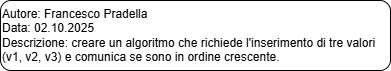
Before: AS_2025_2026/3IB/UD 1 - FlowChart/e04.drawio.png, a diagram exported from draw.io (CescoP81/GalileiOstiglia). Source tidied: cells renumbered, new cells last; positions are measured from the earlier drawing's top-left corner, leaving out a move shared by most shapes.
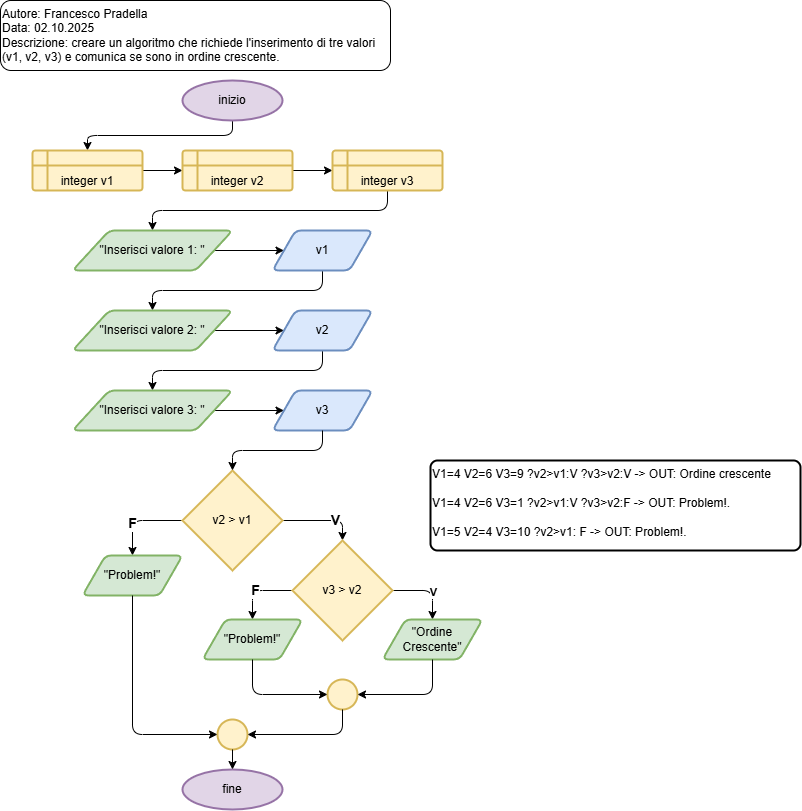
After the commit.

Change to the diagram source:
```diff
@@ -5,5 +5,131 @@
     <mxCell id="2" value="&lt;div&gt;&lt;font color=&quot;#000000&quot;&gt;Autore: Francesco Pradella&lt;/font&gt;&lt;/div&gt;&lt;div&gt;&lt;font color=&quot;#000000&quot;&gt;Data: 02.10.2025&lt;/font&gt;&lt;/div&gt;&lt;div&gt;&lt;font color=&quot;#000000&quot;&gt;Descrizione:&amp;nbsp;&lt;/font&gt;&lt;span style=&quot;background-color: transparent;&quot;&gt;creare un algoritmo che richiede l'inserimento di tre valori (v1, v2, v3) e comunica se sono in ordine crescente.&lt;/span&gt;&lt;/div&gt;" style="rounded=1;whiteSpace=wrap;html=1;align=left;verticalAlign=top;" parent="1" vertex="1">
       <mxGeometry width="390" height="70" as="geometry" />
     </mxCell>
+    <mxCell id="3" style="edgeStyle=orthogonalEdgeStyle;html=1;exitX=0.5;exitY=1;exitDx=0;exitDy=0;exitPerimeter=0;entryX=0.5;entryY=0;entryDx=0;entryDy=0;" parent="1" edge="1" source="4" target="6">
+      <mxGeometry relative="1" as="geometry" />
+    </mxCell>
+    <mxCell id="4" value="inizio" style="strokeWidth=2;html=1;shape=mxgraph.flowchart.start_1;whiteSpace=wrap;fillColor=#e1d5e7;strokeColor=#9673a6;" parent="1" vertex="1">
+      <mxGeometry x="182" y="80" width="100" height="40" as="geometry" />
+    </mxCell>
+    <mxCell id="5" style="edgeStyle=none;html=1;exitX=1;exitY=0.5;exitDx=0;exitDy=0;entryX=0;entryY=0.5;entryDx=0;entryDy=0;" parent="1" edge="1" source="6" target="8">
+      <mxGeometry relative="1" as="geometry" />
+    </mxCell>
+    <mxCell id="6" value="integer v1" style="shape=internalStorage;whiteSpace=wrap;html=1;dx=15;dy=15;rounded=1;arcSize=8;strokeWidth=2;fillColor=#fff2cc;strokeColor=#d6b656;verticalAlign=bottom;" parent="1" vertex="1">
+      <mxGeometry x="32" y="150" width="110" height="40" as="geometry" />
+    </mxCell>
+    <mxCell id="7" style="edgeStyle=none;html=1;exitX=1;exitY=0.5;exitDx=0;exitDy=0;entryX=0;entryY=0.5;entryDx=0;entryDy=0;" parent="1" edge="1" source="8" target="10">
+      <mxGeometry relative="1" as="geometry" />
+    </mxCell>
+    <mxCell id="8" value="integer v2" style="shape=internalStorage;whiteSpace=wrap;html=1;dx=15;dy=15;rounded=1;arcSize=8;strokeWidth=2;fillColor=#fff2cc;strokeColor=#d6b656;verticalAlign=bottom;" parent="1" vertex="1">
+      <mxGeometry x="182" y="150" width="110" height="40" as="geometry" />
+    </mxCell>
+    <mxCell id="9" style="edgeStyle=orthogonalEdgeStyle;html=1;exitX=0.5;exitY=1;exitDx=0;exitDy=0;entryX=0.5;entryY=0;entryDx=0;entryDy=0;" parent="1" edge="1" source="10" target="12">
+      <mxGeometry relative="1" as="geometry" />
+    </mxCell>
+    <mxCell id="10" value="integer v3" style="shape=internalStorage;whiteSpace=wrap;html=1;dx=15;dy=15;rounded=1;arcSize=8;strokeWidth=2;fillColor=#fff2cc;strokeColor=#d6b656;verticalAlign=bottom;" parent="1" vertex="1">
+      <mxGeometry x="332" y="150" width="110" height="40" as="geometry" />
+    </mxCell>
+    <mxCell id="11" style="edgeStyle=none;html=1;exitX=1;exitY=0.5;exitDx=0;exitDy=0;entryX=0;entryY=0.5;entryDx=0;entryDy=0;" parent="1" edge="1" source="12" target="14">
+      <mxGeometry relative="1" as="geometry" />
+    </mxCell>
+    <mxCell id="12" value="&quot;Inserisci valore 1: &quot;" style="shape=parallelogram;html=1;strokeWidth=2;perimeter=parallelogramPerimeter;whiteSpace=wrap;rounded=1;arcSize=12;size=0.23;fillColor=#d5e8d4;strokeColor=#82b366;" parent="1" vertex="1">
+      <mxGeometry x="72" y="230" width="160" height="40" as="geometry" />
+    </mxCell>
+    <mxCell id="13" style="edgeStyle=orthogonalEdgeStyle;html=1;exitX=0.5;exitY=1;exitDx=0;exitDy=0;entryX=0.5;entryY=0;entryDx=0;entryDy=0;" parent="1" edge="1" source="14" target="16">
+      <mxGeometry relative="1" as="geometry" />
+    </mxCell>
+    <mxCell id="14" value="v1" style="shape=parallelogram;html=1;strokeWidth=2;perimeter=parallelogramPerimeter;whiteSpace=wrap;rounded=1;arcSize=12;size=0.23;fillColor=#dae8fc;strokeColor=#6c8ebf;" parent="1" vertex="1">
+      <mxGeometry x="272" y="230" width="100" height="40" as="geometry" />
+    </mxCell>
+    <mxCell id="15" style="edgeStyle=none;html=1;exitX=1;exitY=0.5;exitDx=0;exitDy=0;entryX=0;entryY=0.5;entryDx=0;entryDy=0;" parent="1" edge="1" source="16" target="18">
+      <mxGeometry relative="1" as="geometry" />
+    </mxCell>
+    <mxCell id="16" value="&quot;Inserisci valore 2: &quot;" style="shape=parallelogram;html=1;strokeWidth=2;perimeter=parallelogramPerimeter;whiteSpace=wrap;rounded=1;arcSize=12;size=0.23;fillColor=#d5e8d4;strokeColor=#82b366;" parent="1" vertex="1">
+      <mxGeometry x="72" y="310" width="160" height="40" as="geometry" />
+    </mxCell>
+    <mxCell id="17" style="edgeStyle=orthogonalEdgeStyle;html=1;exitX=0.5;exitY=1;exitDx=0;exitDy=0;entryX=0.5;entryY=0;entryDx=0;entryDy=0;" parent="1" edge="1" source="18" target="20">
+      <mxGeometry relative="1" as="geometry" />
+    </mxCell>
+    <mxCell id="18" value="v2" style="shape=parallelogram;html=1;strokeWidth=2;perimeter=parallelogramPerimeter;whiteSpace=wrap;rounded=1;arcSize=12;size=0.23;fillColor=#dae8fc;strokeColor=#6c8ebf;" parent="1" vertex="1">
+      <mxGeometry x="272" y="310" width="100" height="40" as="geometry" />
+    </mxCell>
+    <mxCell id="19" style="edgeStyle=none;html=1;exitX=1;exitY=0.5;exitDx=0;exitDy=0;entryX=0;entryY=0.5;entryDx=0;entryDy=0;" parent="1" edge="1" source="20" target="21">
+      <mxGeometry relative="1" as="geometry" />
+    </mxCell>
+    <mxCell id="20" value="&quot;Inserisci valore 3: &quot;" style="shape=parallelogram;html=1;strokeWidth=2;perimeter=parallelogramPerimeter;whiteSpace=wrap;rounded=1;arcSize=12;size=0.23;fillColor=#d5e8d4;strokeColor=#82b366;" parent="1" vertex="1">
+      <mxGeometry x="72" y="390" width="160" height="40" as="geometry" />
+    </mxCell>
+    <mxCell id="21" value="v3" style="shape=parallelogram;html=1;strokeWidth=2;perimeter=parallelogramPerimeter;whiteSpace=wrap;rounded=1;arcSize=12;size=0.23;fillColor=#dae8fc;strokeColor=#6c8ebf;" parent="1" vertex="1">
+      <mxGeometry x="272" y="390" width="100" height="40" as="geometry" />
+    </mxCell>
+    <mxCell id="22" style="edgeStyle=orthogonalEdgeStyle;html=1;entryX=0.5;entryY=0;entryDx=0;entryDy=0;entryPerimeter=0;exitX=1;exitY=0.5;exitDx=0;exitDy=0;exitPerimeter=0;" parent="1" edge="1" source="26" target="31">
+      <mxGeometry relative="1" as="geometry" />
+    </mxCell>
+    <mxCell id="23" value="&lt;b&gt;&lt;font style=&quot;font-size: 14px;&quot;&gt;V&lt;/font&gt;&lt;/b&gt;" style="edgeLabel;html=1;align=center;verticalAlign=middle;" parent="22" vertex="1">
+      <mxGeometry x="0.3" y="1" relative="1" as="geometry" />
+    </mxCell>
+    <mxCell id="24" style="edgeStyle=orthogonalEdgeStyle;html=1;exitX=0;exitY=0.5;exitDx=0;exitDy=0;exitPerimeter=0;entryX=0.5;entryY=0;entryDx=0;entryDy=0;" parent="1" edge="1" source="26" target="37">
+      <mxGeometry relative="1" as="geometry" />
+    </mxCell>
+    <mxCell id="25" value="&lt;b&gt;&lt;font style=&quot;font-size: 14px;&quot;&gt;F&lt;/font&gt;&lt;/b&gt;" style="edgeLabel;html=1;align=center;verticalAlign=middle;" parent="24" vertex="1">
+      <mxGeometry x="0.24" y="-1" relative="1" as="geometry" />
+    </mxCell>
+    <mxCell id="26" value="v2 &amp;gt; v1" style="strokeWidth=2;html=1;shape=mxgraph.flowchart.decision;whiteSpace=wrap;fillColor=#fff2cc;strokeColor=#d6b656;" parent="1" vertex="1">
+      <mxGeometry x="182" y="470" width="100" height="100" as="geometry" />
+    </mxCell>
+    <mxCell id="27" style="edgeStyle=orthogonalEdgeStyle;html=1;exitX=1;exitY=0.5;exitDx=0;exitDy=0;exitPerimeter=0;entryX=0.5;entryY=0;entryDx=0;entryDy=0;" parent="1" edge="1" source="31" target="32">
+      <mxGeometry relative="1" as="geometry" />
+    </mxCell>
+    <mxCell id="28" value="&lt;b&gt;V&lt;/b&gt;" style="edgeLabel;html=1;align=center;verticalAlign=middle;" parent="27" vertex="1">
+      <mxGeometry x="0.2" relative="1" as="geometry" />
+    </mxCell>
+    <mxCell id="29" style="edgeStyle=orthogonalEdgeStyle;html=1;exitX=0;exitY=0.5;exitDx=0;exitDy=0;exitPerimeter=0;entryX=0.5;entryY=0;entryDx=0;entryDy=0;" parent="1" edge="1" source="31" target="33">
+      <mxGeometry relative="1" as="geometry" />
+    </mxCell>
+    <mxCell id="30" value="&lt;b&gt;&lt;font style=&quot;font-size: 14px;&quot;&gt;F&lt;/font&gt;&lt;/b&gt;" style="edgeLabel;html=1;align=center;verticalAlign=middle;" parent="29" vertex="1">
+      <mxGeometry x="0.11" y="-1" relative="1" as="geometry" />
+    </mxCell>
+    <mxCell id="31" value="v3 &amp;gt; v2" style="strokeWidth=2;html=1;shape=mxgraph.flowchart.decision;whiteSpace=wrap;fillColor=#fff2cc;strokeColor=#d6b656;" parent="1" vertex="1">
+      <mxGeometry x="292" y="540" width="100" height="100" as="geometry" />
+    </mxCell>
+    <mxCell id="32" value="&quot;Ordine Crescente&quot;" style="shape=parallelogram;html=1;strokeWidth=2;perimeter=parallelogramPerimeter;whiteSpace=wrap;rounded=1;arcSize=12;size=0.23;fillColor=#d5e8d4;strokeColor=#82b366;" parent="1" vertex="1">
+      <mxGeometry x="382" y="619" width="100" height="40" as="geometry" />
+    </mxCell>
+    <mxCell id="33" value="&quot;Problem!&quot;" style="shape=parallelogram;html=1;strokeWidth=2;perimeter=parallelogramPerimeter;whiteSpace=wrap;rounded=1;arcSize=12;size=0.23;fillColor=#d5e8d4;strokeColor=#82b366;" parent="1" vertex="1">
+      <mxGeometry x="202" y="619" width="100" height="40" as="geometry" />
+    </mxCell>
+    <mxCell id="34" style="strokeWidth=2;html=1;shape=mxgraph.flowchart.start_2;whiteSpace=wrap;fillColor=#fff2cc;strokeColor=#d6b656;" parent="1" vertex="1">
+      <mxGeometry x="327" y="679" width="30" height="30" as="geometry" />
+    </mxCell>
+    <mxCell id="35" style="edgeStyle=orthogonalEdgeStyle;html=1;exitX=0.5;exitY=1;exitDx=0;exitDy=0;entryX=0;entryY=0.5;entryDx=0;entryDy=0;entryPerimeter=0;" parent="1" edge="1" source="33" target="34">
+      <mxGeometry relative="1" as="geometry" />
+    </mxCell>
+    <mxCell id="36" style="edgeStyle=orthogonalEdgeStyle;html=1;exitX=0.5;exitY=1;exitDx=0;exitDy=0;entryX=1;entryY=0.5;entryDx=0;entryDy=0;entryPerimeter=0;" parent="1" edge="1" source="32" target="34">
+      <mxGeometry relative="1" as="geometry" />
+    </mxCell>
+    <mxCell id="37" value="&quot;Problem!&quot;" style="shape=parallelogram;html=1;strokeWidth=2;perimeter=parallelogramPerimeter;whiteSpace=wrap;rounded=1;arcSize=12;size=0.23;fillColor=#d5e8d4;strokeColor=#82b366;" parent="1" vertex="1">
+      <mxGeometry x="82" y="555" width="100" height="40" as="geometry" />
+    </mxCell>
+    <mxCell id="38" style="strokeWidth=2;html=1;shape=mxgraph.flowchart.start_2;whiteSpace=wrap;fillColor=#fff2cc;strokeColor=#d6b656;" parent="1" vertex="1">
+      <mxGeometry x="217" y="719" width="30" height="30" as="geometry" />
+    </mxCell>
+    <mxCell id="39" style="edgeStyle=orthogonalEdgeStyle;html=1;exitX=0.5;exitY=1;exitDx=0;exitDy=0;exitPerimeter=0;entryX=1;entryY=0.5;entryDx=0;entryDy=0;entryPerimeter=0;" parent="1" edge="1" source="34" target="38">
+      <mxGeometry relative="1" as="geometry" />
+    </mxCell>
+    <mxCell id="40" style="edgeStyle=orthogonalEdgeStyle;html=1;exitX=0.5;exitY=1;exitDx=0;exitDy=0;entryX=0;entryY=0.5;entryDx=0;entryDy=0;entryPerimeter=0;" parent="1" edge="1" source="37" target="38">
+      <mxGeometry relative="1" as="geometry" />
+    </mxCell>
+    <mxCell id="41" value="fine" style="strokeWidth=2;html=1;shape=mxgraph.flowchart.start_1;whiteSpace=wrap;fillColor=#e1d5e7;strokeColor=#9673a6;" parent="1" vertex="1">
+      <mxGeometry x="182" y="769" width="100" height="40" as="geometry" />
+    </mxCell>
+    <mxCell id="42" style="edgeStyle=none;html=1;exitX=0.5;exitY=1;exitDx=0;exitDy=0;exitPerimeter=0;entryX=0.5;entryY=0;entryDx=0;entryDy=0;entryPerimeter=0;" parent="1" edge="1" source="38" target="41">
+      <mxGeometry relative="1" as="geometry" />
+    </mxCell>
+    <mxCell id="43" style="edgeStyle=orthogonalEdgeStyle;html=1;exitX=0.5;exitY=1;exitDx=0;exitDy=0;entryX=0.5;entryY=0;entryDx=0;entryDy=0;entryPerimeter=0;" parent="1" edge="1" source="21" target="26">
+      <mxGeometry relative="1" as="geometry" />
+    </mxCell>
+    <mxCell id="44" value="V1=4 V2=6 V3=9 ?v2&amp;gt;v1:V ?v3&amp;gt;v2:V -&amp;gt; OUT: Ordine crescente&lt;div&gt;&lt;br&gt;&lt;/div&gt;&lt;div&gt;V1=4 V2=6 V3=1 ?v2&amp;gt;v1:V ?v3&amp;gt;v2:F -&amp;gt; OUT: Problem!.&lt;/div&gt;&lt;div&gt;&lt;br&gt;&lt;/div&gt;&lt;div&gt;V1=5 V2=4 V3=10 ?v2&amp;gt;v1: F -&amp;gt; OUT: Problem!.&lt;/div&gt;" style="rounded=1;whiteSpace=wrap;html=1;absoluteArcSize=1;arcSize=14;strokeWidth=2;align=left;verticalAlign=top;" parent="1" vertex="1">
+      <mxGeometry x="430" y="460" width="370" height="90" as="geometry" />
+    </mxCell>
   </root>
 </mxGraphModel>
```
